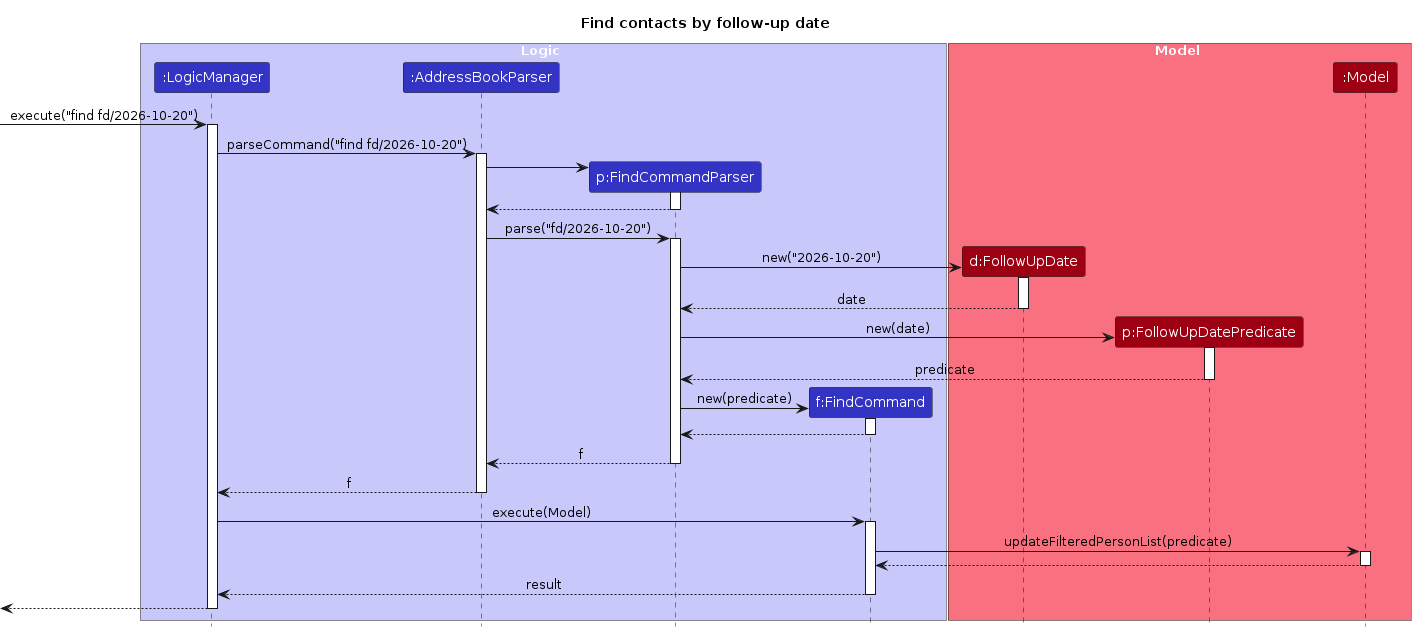
AY2627S1-CS2103T-F12-2/tp keeps this PlantUML diagram as diagrams/FollowUpDateSequenceDiagram.png. Above is the earlier version. Its source is kept beside it as diagrams/FollowUpDateSequenceDiagram.puml. The source it was exported from:
```plantuml
@startuml
!include style.puml
skinparam ArrowFontStyle plain

title Find contacts by follow-up date

box Logic LOGIC_COLOR_T1
participant ":LogicManager" as LogicManager LOGIC_COLOR
participant ":AddressBookParser" as AddressBookParser LOGIC_COLOR
participant "p:FindCommandParser" as FindCommandParser LOGIC_COLOR
participant "f:FindCommand" as FindCommand LOGIC_COLOR
end box

box Model MODEL_COLOR_T1
participant "d:FollowUpDate" as FollowUpDate MODEL_COLOR
participant "p:FollowUpDatePredicate" as FollowUpDatePredicate MODEL_COLOR
participant ":Model" as Model MODEL_COLOR
end box

[-> LogicManager : execute("find fd/2026-10-20")
activate LogicManager

LogicManager -> AddressBookParser : parseCommand("find fd/2026-10-20")
activate AddressBookParser

create FindCommandParser
AddressBookParser -> FindCommandParser
activate FindCommandParser

FindCommandParser --> AddressBookParser
deactivate FindCommandParser

AddressBookParser -> FindCommandParser : parse("fd/2026-10-20")
activate FindCommandParser

create FollowUpDate
FindCommandParser -> FollowUpDate : new("2026-10-20")
activate FollowUpDate
FollowUpDate --> FindCommandParser : date
deactivate FollowUpDate

create FollowUpDatePredicate
FindCommandParser -> FollowUpDatePredicate : new(date)
activate FollowUpDatePredicate
FollowUpDatePredicate --> FindCommandParser : predicate
deactivate FollowUpDatePredicate

create FindCommand
FindCommandParser -> FindCommand : new(predicate)
activate FindCommand
FindCommand --> FindCommandParser
deactivate FindCommand

FindCommandParser --> AddressBookParser : f
deactivate FindCommandParser

AddressBookParser --> LogicManager : f
deactivate AddressBookParser

LogicManager -> FindCommand : execute(Model)
activate FindCommand

FindCommand -> Model : updateFilteredPersonList(predicate)
activate Model
Model --> FindCommand
deactivate Model

FindCommand --> LogicManager : result
deactivate FindCommand

[<--LogicManager
deactivate LogicManager
@enduml
```
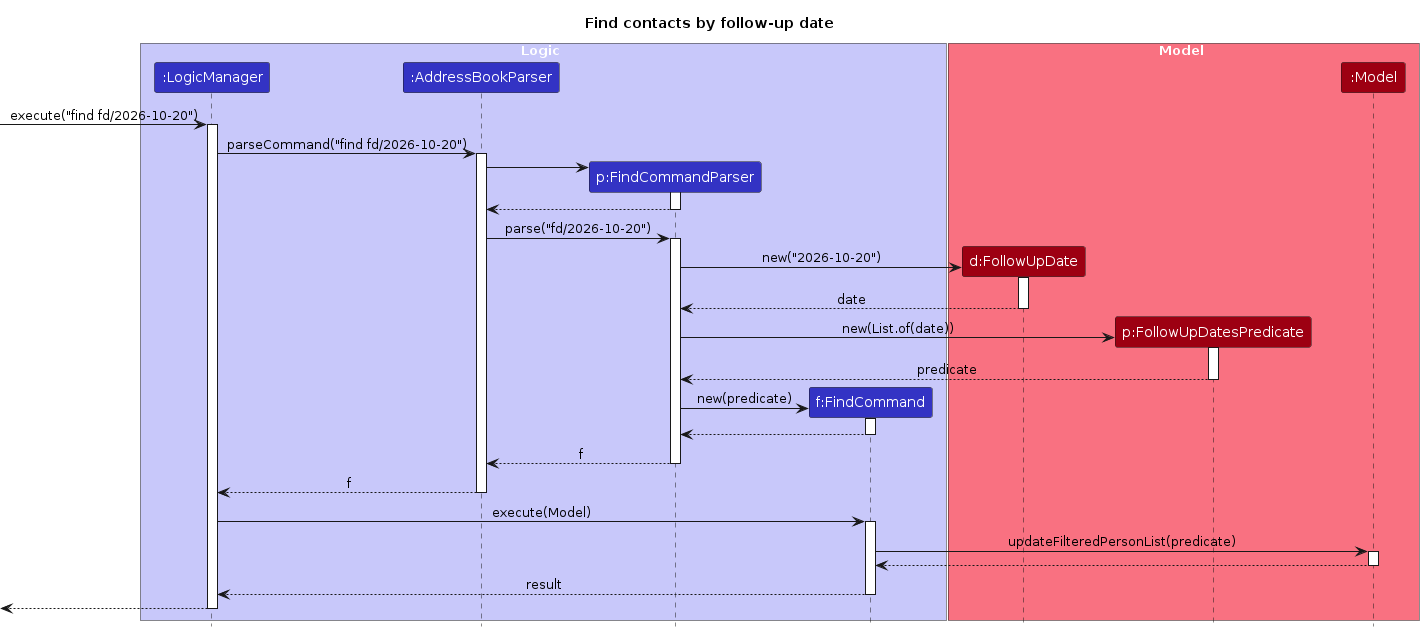
The same diagram one commit later.

What changed in the source:
```diff
@@ -13,7 +13,7 @@
 
 box Model MODEL_COLOR_T1
 participant "d:FollowUpDate" as FollowUpDate MODEL_COLOR
-participant "p:FollowUpDatePredicate" as FollowUpDatePredicate MODEL_COLOR
+participant "p:FollowUpDatesPredicate" as FollowUpDatesPredicate MODEL_COLOR
 participant ":Model" as Model MODEL_COLOR
 end box
 
@@ -39,11 +39,11 @@
 FollowUpDate --> FindCommandParser : date
 deactivate FollowUpDate
 
-create FollowUpDatePredicate
-FindCommandParser -> FollowUpDatePredicate : new(date)
-activate FollowUpDatePredicate
-FollowUpDatePredicate --> FindCommandParser : predicate
-deactivate FollowUpDatePredicate
+create FollowUpDatesPredicate
+FindCommandParser -> FollowUpDatesPredicate : new(List.of(date))
+activate FollowUpDatesPredicate
+FollowUpDatesPredicate --> FindCommandParser : predicate
+deactivate FollowUpDatesPredicate
 
 create FindCommand
 FindCommandParser -> FindCommand : new(predicate)
```
